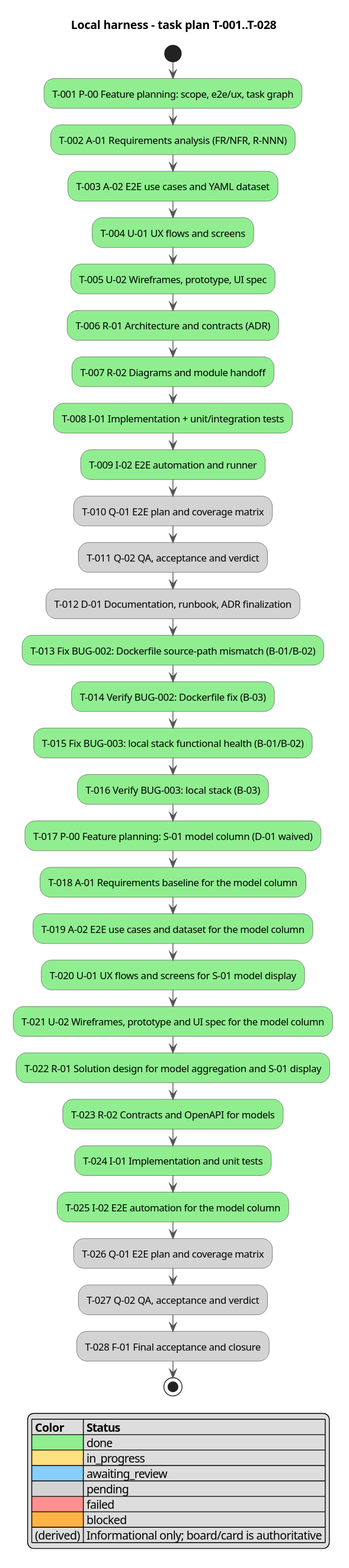
This is docs/activity.svg from serge-sasov/ai-task-tracker, a PlantUML export, as it was before one commit.
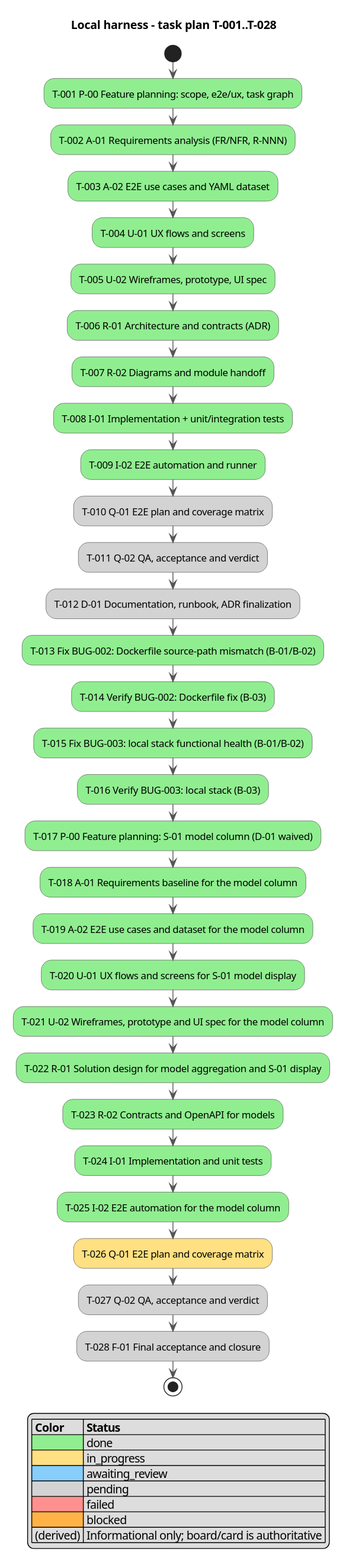
The same diagram one commit later.

Commit message:
T-026: start Q-01 e2e plan

Change to the diagram source:
```diff
@@ -31,7 +31,7 @@
 :T-023 R-02 Contracts and OpenAPI for models; <<#90EE90>>
 :T-024 I-01 Implementation and unit tests; <<#90EE90>>
 :T-025 I-02 E2E automation for the model column; <<#90EE90>>
-:T-026 Q-01 E2E plan and coverage matrix; <<#D3D3D3>>
+:T-026 Q-01 E2E plan and coverage matrix; <<#FFE082>>
 :T-027 Q-02 QA, acceptance and verdict; <<#D3D3D3>>
 :T-028 F-01 Final acceptance and closure; <<#D3D3D3>>
 stop
```
